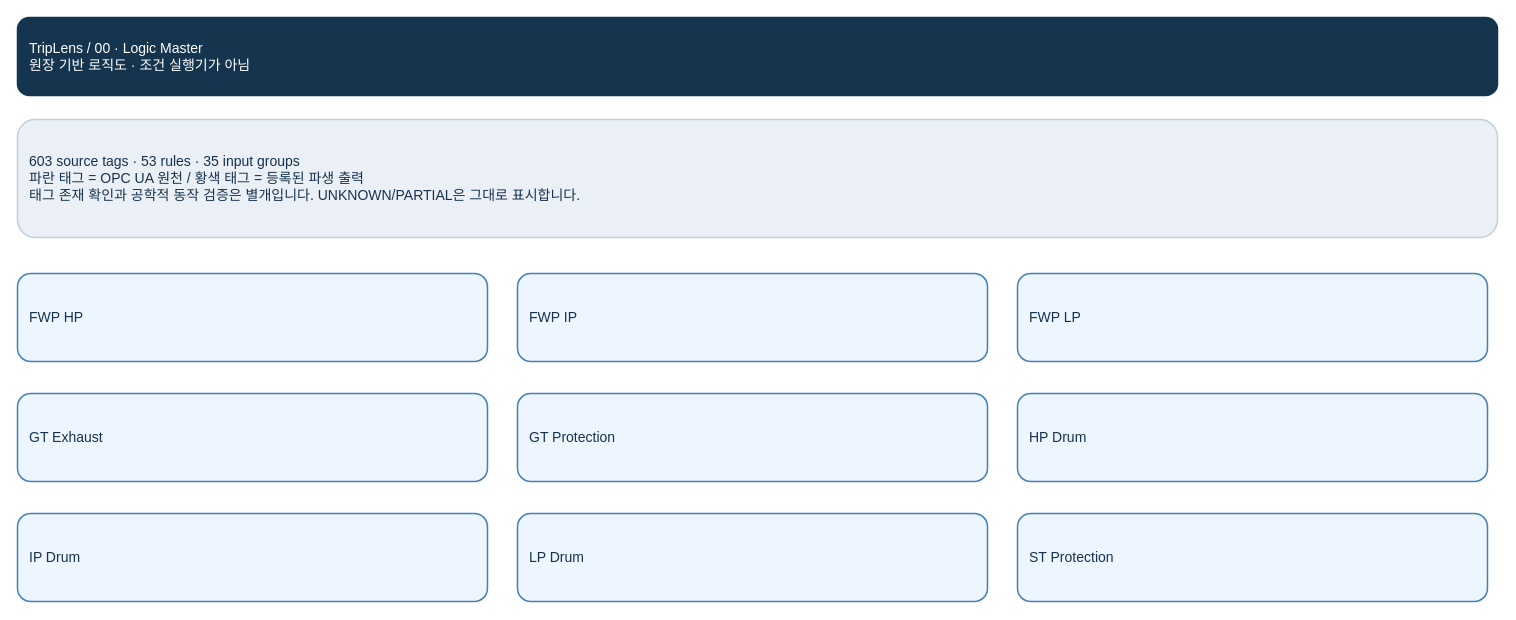
Earlier version of the draw.io diagram page "00 · Logic Master" (1 of 98) of logic_diagrams/TripLens_Logic_Master_Current_V8.drawio (khaku25/triplens-thermosyspro-cloud-runner). Source tidied: cells renumbered, new cells numbered last; positions are measured from the earlier drawing's top-left corner, leaving out a move shared by most shapes. Both pictures are drawn from the tidied source at 100%, with x=0, y=0 at pixel (17, 17).
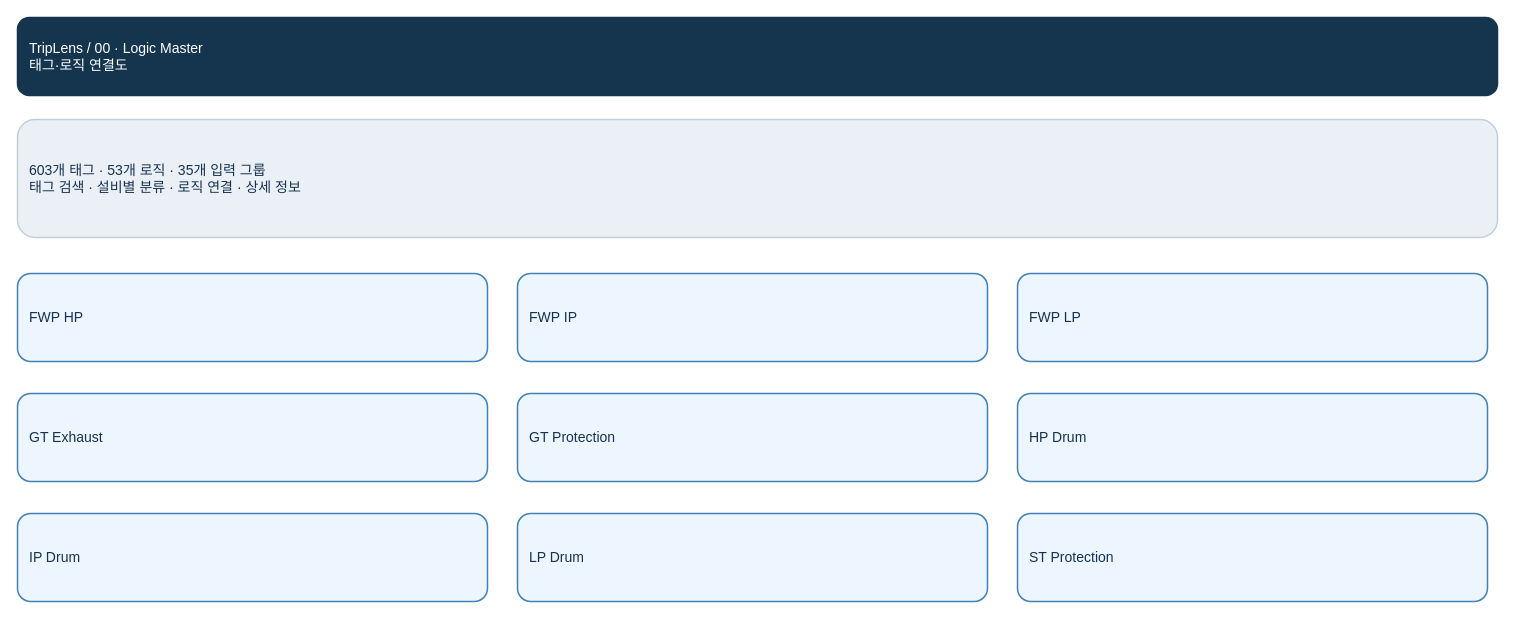
The same diagram, later.

Commit message (it also covers changes not shown here):
Publish operator-facing Logic Master assets

The edit, as a diff of the source:
```diff
@@
 <mxGraphModel>
   <root>
     <mxCell id="0" />
     <mxCell id="1" parent="0" />
-    <mxCell id="2" value="TripLens  /  00 · Logic Master&#10;원장 기반 로직도 · 조건 실행기가 아님" style="rounded=1;whiteSpace=wrap;html=0;fontFamily=Arial;fontSize=14;align=left;verticalAlign=middle;spacing=12;fillColor=#15354f;strokeColor=#15354f;fontColor=#ffffff;strokeWidth=1.5;" parent="1" vertex="1">
+    <mxCell id="2" value="TripLens  /  00 · Logic Master&#10;태그·로직 연결도" style="rounded=1;whiteSpace=wrap;html=0;fontFamily=Arial;fontSize=14;align=left;verticalAlign=middle;spacing=12;fillColor=#15354f;strokeColor=#15354f;fontColor=#ffffff;strokeWidth=1.5;" parent="1" vertex="1">
       <mxGeometry width="1480" height="78" as="geometry" />
     </mxCell>
-    <mxCell id="3" value="603 source tags  ·  53 rules  ·  35 input groups&#10;파란 태그 = OPC UA 원천  /  황색 태그 = 등록된 파생 출력&#10;태그 존재 확인과 공학적 동작 검증은 별개입니다. UNKNOWN/PARTIAL은 그대로 표시합니다." style="rounded=1;whiteSpace=wrap;html=0;fontFamily=Arial;fontSize=14;align=left;verticalAlign=middle;spacing=12;fillColor=#eaf0f5;strokeColor=#c1cfdb;fontColor=#16324f;strokeWidth=1.5;" parent="1" vertex="1">
+    <mxCell id="3" value="603개 태그  ·  53개 로직  ·  35개 입력 그룹&#10;태그 검색 · 설비별 분류 · 로직 연결 · 상세 정보" style="rounded=1;whiteSpace=wrap;html=0;fontFamily=Arial;fontSize=14;align=left;verticalAlign=middle;spacing=12;fillColor=#eaf0f5;strokeColor=#c1cfdb;fontColor=#16324f;strokeWidth=1.5;" parent="1" vertex="1">
       <mxGeometry y="102" width="1480" height="118" as="geometry" />
     </mxCell>
     <mxCell id="4" value="FWP HP" style="rounded=1;whiteSpace=wrap;html=0;fontFamily=Arial;fontSize=14;align=left;verticalAlign=middle;spacing=12;fillColor=#edf5ff;strokeColor=#4381b5;fontColor=#16324f;strokeWidth=1.5;" parent="1" vertex="1">
       <mxGeometry y="256" width="470" height="88" as="geometry" />
     </mxCell>
     <mxCell id="5" value="FWP IP" style="rounded=1;whiteSpace=wrap;html=0;fontFamily=Arial;fontSize=14;align=left;verticalAlign=middle;spacing=12;fillColor=#edf5ff;strokeColor=#4381b5;fontColor=#16324f;strokeWidth=1.5;" parent="1" vertex="1">
       <mxGeometry x="500" y="256" width="470" height="88" as="geometry" />
     </mxCell>
     <mxCell id="6" value="FWP LP" style="rounded=1;whiteSpace=wrap;html=0;fontFamily=Arial;fontSize=14;align=left;verticalAlign=middle;spacing=12;fillColor=#edf5ff;strokeColor=#4381b5;fontColor=#16324f;strokeWidth=1.5;" parent="1" vertex="1">
       <mxGeometry x="1000" y="256" width="470" height="88" as="geometry" />
     </mxCell>
     <mxCell id="7" value="GT Exhaust" style="rounded=1;whiteSpace=wrap;html=0;fontFamily=Arial;fontSize=14;align=left;verticalAlign=middle;spacing=12;fillColor=#edf5ff;strokeColor=#4381b5;fontColor=#16324f;strokeWidth=1.5;" parent="1" vertex="1">
       <mxGeometry y="376" width="470" height="88" as="geometry" />
     </mxCell>
     <mxCell id="8" value="GT Protection" style="rounded=1;whiteSpace=wrap;html=0;fontFamily=Arial;fontSize=14;align=left;verticalAlign=middle;spacing=12;fillColor=#edf5ff;strokeColor=#4381b5;fontColor=#16324f;strokeWidth=1.5;" parent="1" vertex="1">
       <mxGeometry x="500" y="376" width="470" height="88" as="geometry" />
     </mxCell>
     <mxCell id="9" value="HP Drum" style="rounded=1;whiteSpace=wrap;html=0;fontFamily=Arial;fontSize=14;align=left;verticalAlign=middle;spacing=12;fillColor=#edf5ff;strokeColor=#4381b5;fontColor=#16324f;strokeWidth=1.5;" parent="1" vertex="1">
       <mxGeometry x="1000" y="376" width="470" height="88" as="geometry" />
     </mxCell>
     <mxCell id="10" value="IP Drum" style="rounded=1;whiteSpace=wrap;html=0;fontFamily=Arial;fontSize=14;align=left;verticalAlign=middle;spacing=12;fillColor=#edf5ff;strokeColor=#4381b5;fontColor=#16324f;strokeWidth=1.5;" parent="1" vertex="1">
       <mxGeometry y="496" width="470" height="88" as="geometry" />
     </mxCell>
     <mxCell id="11" value="LP Drum" style="rounded=1;whiteSpace=wrap;html=0;fontFamily=Arial;fontSize=14;align=left;verticalAlign=middle;spacing=12;fillColor=#edf5ff;strokeColor=#4381b5;fontColor=#16324f;strokeWidth=1.5;" parent="1" vertex="1">
       <mxGeometry x="500" y="496" width="470" height="88" as="geometry" />
     </mxCell>
     <mxCell id="12" value="ST Protection" style="rounded=1;whiteSpace=wrap;html=0;fontFamily=Arial;fontSize=14;align=left;verticalAlign=middle;spacing=12;fillColor=#edf5ff;strokeColor=#4381b5;fontColor=#16324f;strokeWidth=1.5;" parent="1" vertex="1">
       <mxGeometry x="1000" y="496" width="470" height="88" as="geometry" />
     </mxCell>
   </root>
 </mxGraphModel>
```
